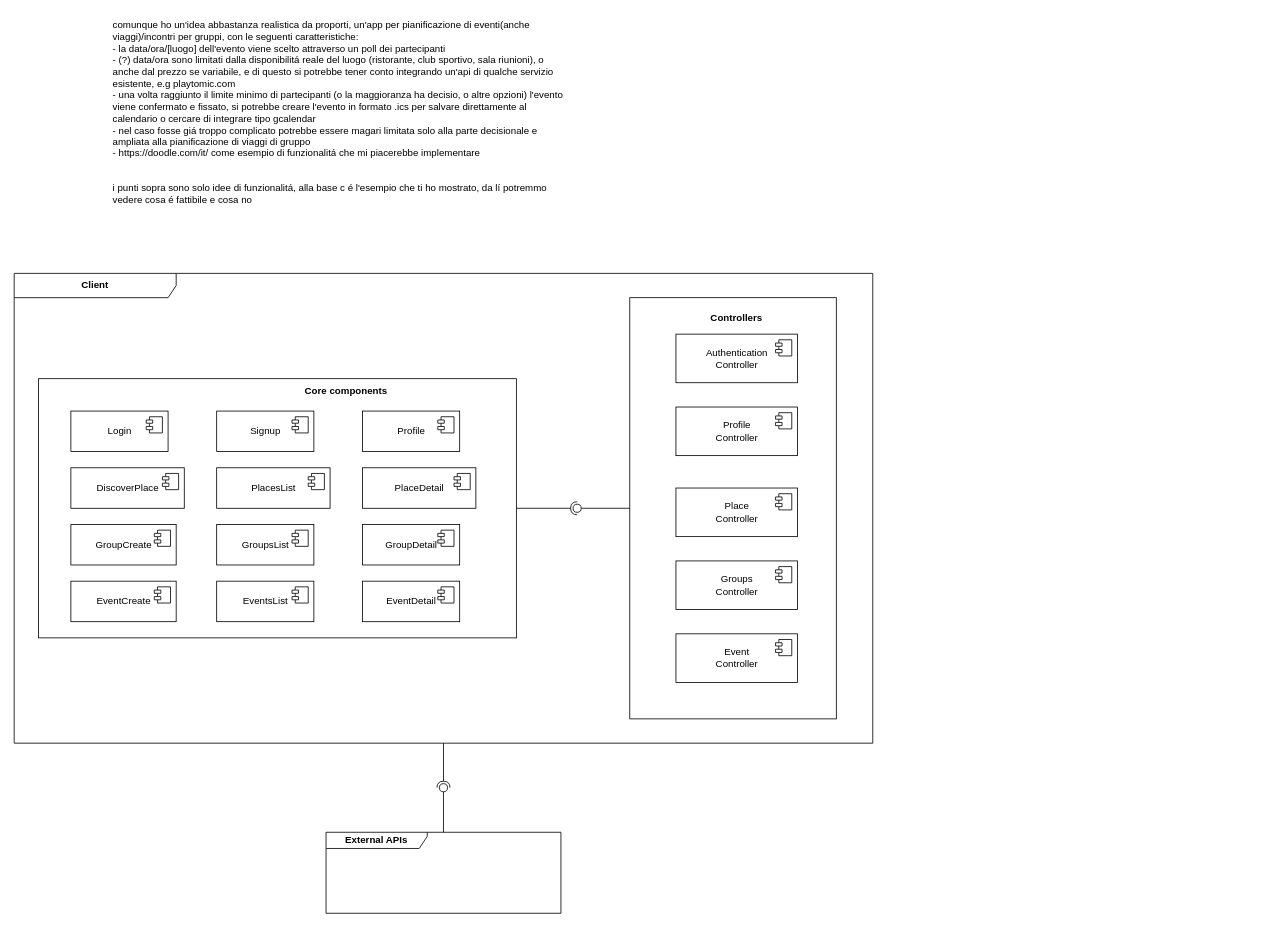
Earlier version of the draw.io diagram DD.drawio (laaners/DIMA_DD). Source tidied: cells renumbered, new cells numbered last; positions are measured from the earlier drawing's top-left corner, leaving out a move shared by most shapes. Both pictures are drawn from the tidied source at 81%, with x=0, y=0 at pixel (14, 14).
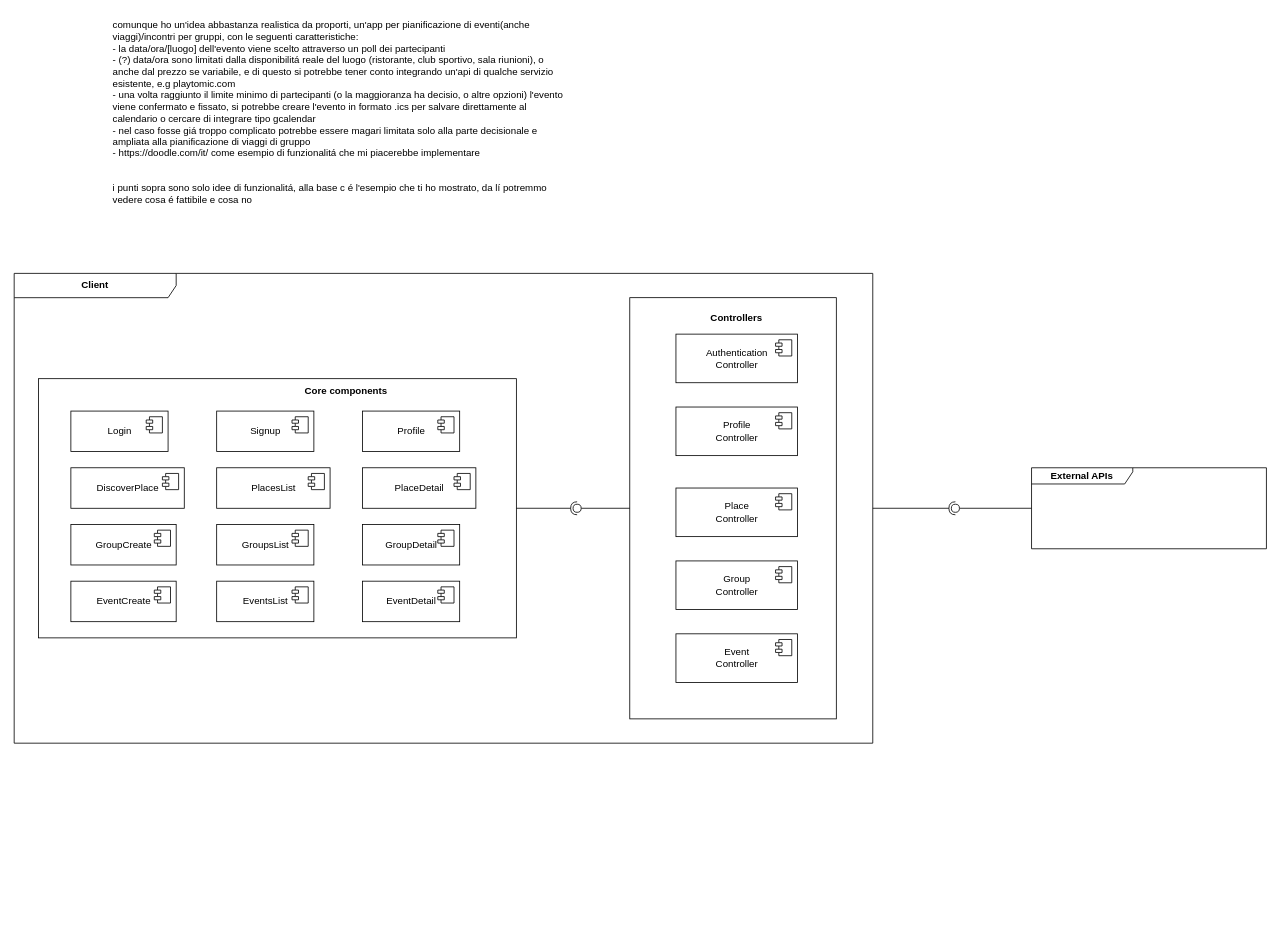
After the change.

Diff of the diagram source:
```diff
@@
-    <mxCell id="37" value="Groups&lt;br&gt;Controller" style="html=1;" parent="1" vertex="1">
+    <mxCell id="37" value="Group&lt;br&gt;Controller" style="html=1;" parent="1" vertex="1">
       <mxGeometry x="817" y="675" width="150" height="60" as="geometry" />
     </mxCell>
@@
     <mxCell id="42" value="&lt;b&gt;External APIs&lt;/b&gt;" style="shape=umlFrame;whiteSpace=wrap;html=1;width=125;height=20;" parent="1" vertex="1">
-      <mxGeometry x="385" y="1010" width="290" height="100" as="geometry" />
+      <mxGeometry x="1256" y="560" width="290" height="100" as="geometry" />
     </mxCell>
@@
     <mxCell id="45" style="ellipse;whiteSpace=wrap;html=1;align=center;points=[];outlineConnect=0;sketch=0;" parent="1" vertex="1">
-      <mxGeometry x="525" y="950" width="10" height="10" as="geometry" />
+      <mxGeometry x="1157" y="605" width="10" height="10" as="geometry" />
     </mxCell>
```
